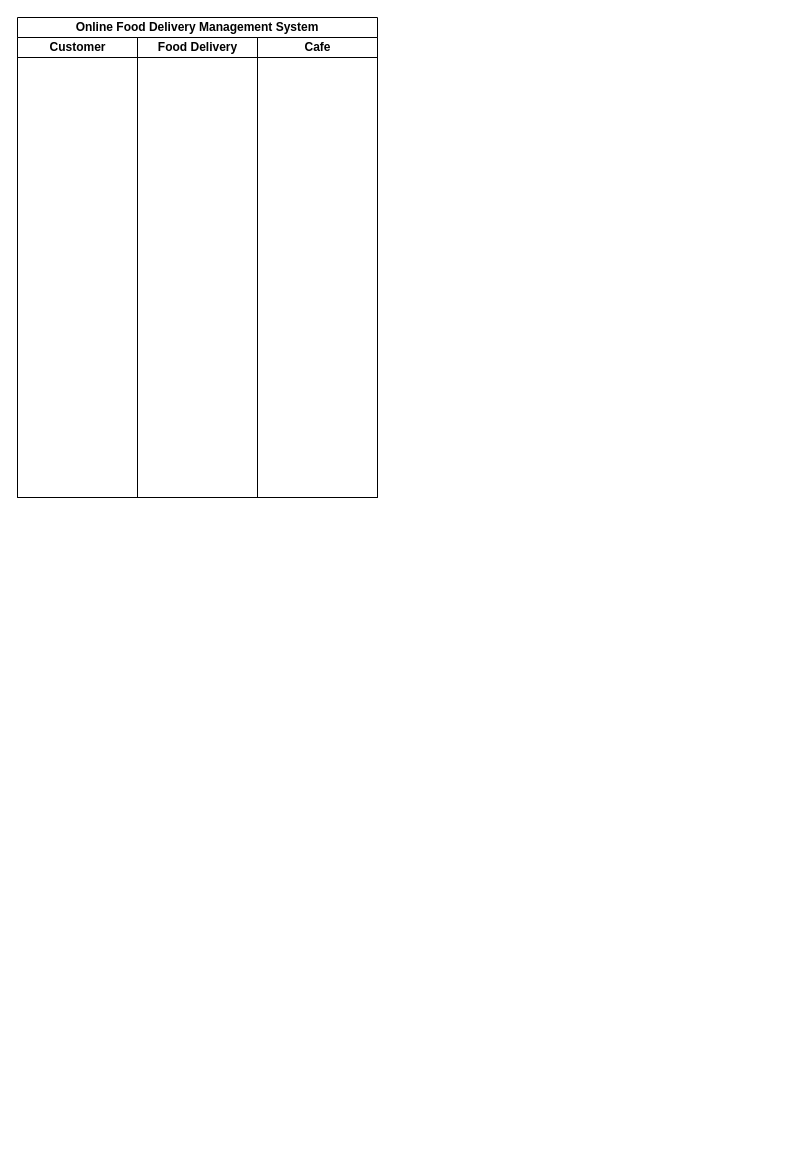
Before: exp6.drawio in chanu4321/SE-Lab, a draw.io diagram. Source tidied: cells renumbered, new cells numbered last; positions are measured from the earlier drawing's top-left corner, leaving out a move shared by most shapes. Both pictures are drawn from the tidied source at 100%, with x=0, y=0 at pixel (17, 17).
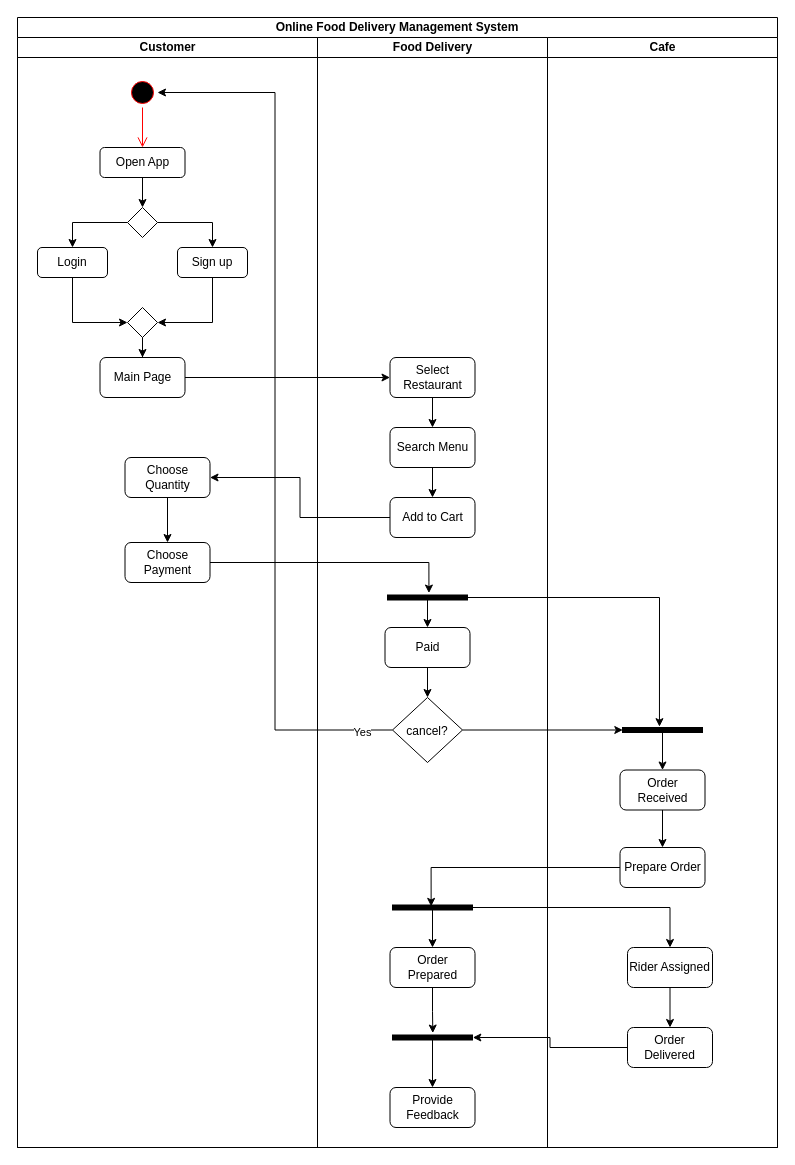
Above is the later version.

Commit message:
Update Activity Diagram

Change to the diagram source:
```diff
@@
     <mxCell id="2" value="Online Food Delivery Management System" style="swimlane;html=1;startSize=20;whiteSpace=wrap;" parent="1" vertex="1">
-      <mxGeometry width="360" height="480" as="geometry" />
+      <mxGeometry width="760" height="1130" as="geometry" />
     </mxCell>
+    <mxCell id="6" style="edgeStyle=orthogonalEdgeStyle;rounded=0;jettySize=auto;html=1;entryX=1.389;entryY=0.518;entryDx=0;entryDy=0;entryPerimeter=0;" parent="2" edge="1" source="31" target="38">
+      <mxGeometry relative="1" as="geometry" />
+    </mxCell>
+    <mxCell id="7" style="edgeStyle=orthogonalEdgeStyle;rounded=0;jettySize=auto;html=1;entryX=1;entryY=0.5;entryDx=0;entryDy=0;exitX=0;exitY=0.5;exitDx=0;exitDy=0;" parent="2" edge="1" source="41" target="15">
+      <mxGeometry relative="1" as="geometry" />
+    </mxCell>
+    <mxCell id="8" value="Yes" style="edgeLabel;html=1;align=center;verticalAlign=middle;" parent="7" vertex="1">
+      <mxGeometry x="-0.93" y="2" relative="1" as="geometry" />
+    </mxCell>
+    <mxCell id="9" style="edgeStyle=orthogonalEdgeStyle;rounded=0;jettySize=auto;html=1;entryX=1.167;entryY=0.462;entryDx=0;entryDy=0;entryPerimeter=0;" parent="2" edge="1" source="38" target="52">
+      <mxGeometry relative="1" as="geometry" />
+    </mxCell>
+    <mxCell id="10" style="edgeStyle=orthogonalEdgeStyle;rounded=0;jettySize=auto;html=1;entryX=0.722;entryY=0.483;entryDx=0;entryDy=0;entryPerimeter=0;" parent="2" edge="1" source="53" target="43">
+      <mxGeometry relative="1" as="geometry" />
+    </mxCell>
+    <mxCell id="11" style="edgeStyle=orthogonalEdgeStyle;rounded=0;jettySize=auto;html=1;entryX=0.5;entryY=0;entryDx=0;entryDy=0;" parent="2" edge="1" source="43" target="55">
+      <mxGeometry relative="1" as="geometry" />
+    </mxCell>
+    <mxCell id="12" style="edgeStyle=orthogonalEdgeStyle;rounded=0;jettySize=auto;html=1;entryX=0.5;entryY=1.004;entryDx=0;entryDy=0;entryPerimeter=0;" parent="2" edge="1" source="56" target="46">
+      <mxGeometry relative="1" as="geometry" />
+    </mxCell>
+    <mxCell id="13" style="edgeStyle=orthogonalEdgeStyle;rounded=0;jettySize=auto;html=1;" parent="2" edge="1" source="28" target="33">
+      <mxGeometry relative="1" as="geometry" />
+    </mxCell>
+    <mxCell id="14" style="edgeStyle=orthogonalEdgeStyle;rounded=0;jettySize=auto;html=1;" parent="2" edge="1" source="36" target="30">
+      <mxGeometry relative="1" as="geometry" />
+    </mxCell>
     <mxCell id="3" value="Customer" style="swimlane;html=1;startSize=20;" parent="2" vertex="1">
-      <mxGeometry y="20" width="120" height="460" as="geometry" />
+      <mxGeometry y="20" width="300" height="1110" as="geometry" />
     </mxCell>
+    <mxCell id="15" style="ellipse;html=1;shape=startState;fillColor=#000000;strokeColor=#ff0000;" parent="3" vertex="1">
+      <mxGeometry x="110" y="40" width="30" height="30" as="geometry" />
+    </mxCell>
+    <mxCell id="16" style="edgeStyle=orthogonalEdgeStyle;html=1;verticalAlign=bottom;endArrow=open;endSize=8;strokeColor=#ff0000;rounded=0;entryX=0.5;entryY=0;entryDx=0;entryDy=0;" parent="3" edge="1" source="15" target="18">
+      <mxGeometry relative="1" as="geometry" />
+    </mxCell>
+    <mxCell id="17" style="edgeStyle=orthogonalEdgeStyle;rounded=0;jettySize=auto;html=1;entryX=0.5;entryY=0;entryDx=0;entryDy=0;" parent="3" edge="1" source="18" target="21">
+      <mxGeometry relative="1" as="geometry" />
+    </mxCell>
+    <mxCell id="18" value="Open App" style="rounded=1;whiteSpace=wrap;html=1;" parent="3" vertex="1">
+      <mxGeometry x="82.5" y="110" width="85" height="30" as="geometry" />
+    </mxCell>
+    <mxCell id="19" style="edgeStyle=orthogonalEdgeStyle;rounded=0;jettySize=auto;html=1;entryX=0.5;entryY=0;entryDx=0;entryDy=0;" parent="3" edge="1" source="21" target="27">
+      <mxGeometry relative="1" as="geometry" />
+    </mxCell>
+    <mxCell id="20" style="edgeStyle=orthogonalEdgeStyle;rounded=0;jettySize=auto;html=1;entryX=0.5;entryY=0;entryDx=0;entryDy=0;" parent="3" edge="1" source="21" target="25">
+      <mxGeometry relative="1" as="geometry" />
+    </mxCell>
+    <mxCell id="21" style="rhombus;" parent="3" vertex="1">
+      <mxGeometry x="110" y="170" width="30" height="30" as="geometry" />
+    </mxCell>
+    <mxCell id="22" style="edgeStyle=orthogonalEdgeStyle;rounded=0;jettySize=auto;html=1;" parent="3" edge="1" source="23" target="28">
+      <mxGeometry relative="1" as="geometry" />
+    </mxCell>
+    <mxCell id="23" style="rhombus;" parent="3" vertex="1">
+      <mxGeometry x="110" y="270" width="30" height="30" as="geometry" />
+    </mxCell>
+    <mxCell id="24" style="edgeStyle=orthogonalEdgeStyle;rounded=0;jettySize=auto;html=1;entryX=1;entryY=0.5;entryDx=0;entryDy=0;exitX=0.5;exitY=1;exitDx=0;exitDy=0;" parent="3" edge="1" source="25" target="23">
+      <mxGeometry relative="1" as="geometry" />
+    </mxCell>
+    <mxCell id="25" value="Sign up" style="rounded=1;whiteSpace=wrap;html=1;" parent="3" vertex="1">
+      <mxGeometry x="160" y="210" width="70" height="30" as="geometry" />
+    </mxCell>
+    <mxCell id="26" style="edgeStyle=orthogonalEdgeStyle;rounded=0;jettySize=auto;html=1;entryX=0;entryY=0.5;entryDx=0;entryDy=0;exitX=0.5;exitY=1;exitDx=0;exitDy=0;" parent="3" edge="1" source="27" target="23">
+      <mxGeometry relative="1" as="geometry" />
+    </mxCell>
+    <mxCell id="27" value="Login" style="rounded=1;whiteSpace=wrap;html=1;" parent="3" vertex="1">
+      <mxGeometry x="20" y="210" width="70" height="30" as="geometry" />
+    </mxCell>
+    <mxCell id="28" value="Main Page" style="rounded=1;whiteSpace=wrap;html=1;" parent="3" vertex="1">
+      <mxGeometry x="82.5" y="320" width="85" height="40" as="geometry" />
+    </mxCell>
+    <mxCell id="29" style="edgeStyle=orthogonalEdgeStyle;rounded=0;jettySize=auto;html=1;" parent="3" edge="1" source="30" target="31">
+      <mxGeometry relative="1" as="geometry" />
+    </mxCell>
+    <mxCell id="30" value="Choose Quantity" style="rounded=1;whiteSpace=wrap;html=1;" parent="3" vertex="1">
+      <mxGeometry x="107.5" y="420" width="85" height="40" as="geometry" />
+    </mxCell>
+    <mxCell id="31" value="Choose Payment" style="rounded=1;whiteSpace=wrap;html=1;" parent="3" vertex="1">
+      <mxGeometry x="107.5" y="505" width="85" height="40" as="geometry" />
+    </mxCell>
     <mxCell id="4" value="Food Delivery" style="swimlane;html=1;startSize=20;" parent="2" vertex="1">
-      <mxGeometry x="120" y="20" width="120" height="460" as="geometry" />
+      <mxGeometry x="300" y="20" width="230" height="1110" as="geometry" />
     </mxCell>
+    <mxCell id="32" style="edgeStyle=orthogonalEdgeStyle;rounded=0;jettySize=auto;html=1;entryX=0.5;entryY=0;entryDx=0;entryDy=0;" parent="4" edge="1" source="33" target="35">
+      <mxGeometry relative="1" as="geometry" />
+    </mxCell>
+    <mxCell id="33" value="Select Restaurant" style="rounded=1;whiteSpace=wrap;html=1;" parent="4" vertex="1">
+      <mxGeometry x="72.5" y="320" width="85" height="40" as="geometry" />
+    </mxCell>
+    <mxCell id="34" style="edgeStyle=orthogonalEdgeStyle;rounded=0;jettySize=auto;html=1;entryX=0.5;entryY=0;entryDx=0;entryDy=0;" parent="4" edge="1" source="35" target="36">
+      <mxGeometry relative="1" as="geometry" />
+    </mxCell>
+    <mxCell id="35" value="Search Menu" style="rounded=1;whiteSpace=wrap;html=1;" parent="4" vertex="1">
+      <mxGeometry x="72.5" y="390" width="85" height="40" as="geometry" />
+    </mxCell>
+    <mxCell id="36" value="Add to Cart" style="rounded=1;whiteSpace=wrap;html=1;" parent="4" vertex="1">
+      <mxGeometry x="72.5" y="460" width="85" height="40" as="geometry" />
+    </mxCell>
+    <mxCell id="37" style="edgeStyle=orthogonalEdgeStyle;rounded=0;jettySize=auto;html=1;entryX=0.5;entryY=0;entryDx=0;entryDy=0;" parent="4" edge="1" source="38" target="40">
+      <mxGeometry relative="1" as="geometry" />
+    </mxCell>
+    <mxCell id="38" style="html=1;points=[];perimeter=orthogonalPerimeter;fillColor=strokeColor;rotation=-90;" parent="4" vertex="1">
+      <mxGeometry x="107.5" y="520" width="5" height="80" as="geometry" />
+    </mxCell>
+    <mxCell id="39" style="edgeStyle=orthogonalEdgeStyle;rounded=0;jettySize=auto;html=1;entryX=0.5;entryY=0;entryDx=0;entryDy=0;" parent="4" edge="1" source="40" target="41">
+      <mxGeometry relative="1" as="geometry" />
+    </mxCell>
+    <mxCell id="40" value="Paid" style="rounded=1;whiteSpace=wrap;html=1;" parent="4" vertex="1">
+      <mxGeometry x="67.5" y="590" width="85" height="40" as="geometry" />
+    </mxCell>
+    <mxCell id="41" value="cancel?" style="rhombus;" parent="4" vertex="1">
+      <mxGeometry x="75" y="660" width="70" height="65" as="geometry" />
+    </mxCell>
+    <mxCell id="42" style="edgeStyle=orthogonalEdgeStyle;rounded=0;jettySize=auto;html=1;" parent="4" edge="1" source="43" target="44">
+      <mxGeometry relative="1" as="geometry" />
+    </mxCell>
+    <mxCell id="43" style="html=1;points=[];perimeter=orthogonalPerimeter;fillColor=strokeColor;rotation=-90;" parent="4" vertex="1">
+      <mxGeometry x="112.5" y="830" width="5" height="80" as="geometry" />
+    </mxCell>
+    <mxCell id="44" value="Order Prepared" style="rounded=1;whiteSpace=wrap;html=1;" parent="4" vertex="1">
+      <mxGeometry x="72.5" y="910" width="85" height="40" as="geometry" />
+    </mxCell>
+    <mxCell id="45" style="edgeStyle=orthogonalEdgeStyle;rounded=0;jettySize=auto;html=1;" parent="4" edge="1" source="46" target="47">
+      <mxGeometry relative="1" as="geometry" />
+    </mxCell>
+    <mxCell id="46" style="html=1;points=[];perimeter=orthogonalPerimeter;fillColor=strokeColor;rotation=-90;" parent="4" vertex="1">
+      <mxGeometry x="112.5" y="960" width="5" height="80" as="geometry" />
+    </mxCell>
+    <mxCell id="47" value="Provide Feedback" style="rounded=1;whiteSpace=wrap;html=1;" parent="4" vertex="1">
+      <mxGeometry x="72.5" y="1050" width="85" height="40" as="geometry" />
+    </mxCell>
+    <mxCell id="48" style="edgeStyle=orthogonalEdgeStyle;rounded=0;jettySize=auto;html=1;entryX=1.389;entryY=0.504;entryDx=0;entryDy=0;entryPerimeter=0;" parent="4" edge="1" source="44" target="46">
+      <mxGeometry relative="1" as="geometry" />
+    </mxCell>
     <mxCell id="5" value="Cafe" style="swimlane;html=1;startSize=20;" parent="2" vertex="1">
-      <mxGeometry x="240" y="20" width="120" height="460" as="geometry" />
+      <mxGeometry x="530" y="20" width="230" height="1110" as="geometry" />
     </mxCell>
+    <mxCell id="49" style="edgeStyle=orthogonalEdgeStyle;rounded=0;jettySize=auto;html=1;entryX=0.5;entryY=0;entryDx=0;entryDy=0;" parent="5" edge="1" source="50" target="53">
+      <mxGeometry relative="1" as="geometry" />
+    </mxCell>
+    <mxCell id="50" value="Order Received" style="rounded=1;whiteSpace=wrap;html=1;" parent="5" vertex="1">
+      <mxGeometry x="72.5" y="732.5" width="85" height="40" as="geometry" />
+    </mxCell>
+    <mxCell id="51" style="edgeStyle=orthogonalEdgeStyle;rounded=0;jettySize=auto;html=1;entryX=0.5;entryY=0;entryDx=0;entryDy=0;" parent="5" edge="1" source="52" target="50">
+      <mxGeometry relative="1" as="geometry" />
+    </mxCell>
+    <mxCell id="52" style="html=1;points=[];perimeter=orthogonalPerimeter;fillColor=strokeColor;rotation=-90;" parent="5" vertex="1">
+      <mxGeometry x="112.5" y="652.5" width="5" height="80" as="geometry" />
+    </mxCell>
+    <mxCell id="53" value="Prepare Order" style="rounded=1;whiteSpace=wrap;html=1;" parent="5" vertex="1">
+      <mxGeometry x="72.5" y="810" width="85" height="40" as="geometry" />
+    </mxCell>
+    <mxCell id="54" style="edgeStyle=orthogonalEdgeStyle;rounded=0;jettySize=auto;html=1;entryX=0.5;entryY=0;entryDx=0;entryDy=0;" parent="5" edge="1" source="55" target="56">
+      <mxGeometry relative="1" as="geometry" />
+    </mxCell>
+    <mxCell id="55" value="Rider Assigned" style="rounded=1;whiteSpace=wrap;html=1;" parent="5" vertex="1">
+      <mxGeometry x="80" y="910" width="85" height="40" as="geometry" />
+    </mxCell>
+    <mxCell id="56" value="Order Delivered" style="rounded=1;whiteSpace=wrap;html=1;" parent="5" vertex="1">
+      <mxGeometry x="80" y="990" width="85" height="40" as="geometry" />
+    </mxCell>
+    <mxCell id="57" style="edgeStyle=orthogonalEdgeStyle;rounded=0;jettySize=auto;html=1;entryX=0.5;entryY=0.004;entryDx=0;entryDy=0;entryPerimeter=0;" parent="2" edge="1" source="41" target="52">
+      <mxGeometry relative="1" as="geometry" />
+    </mxCell>
```
